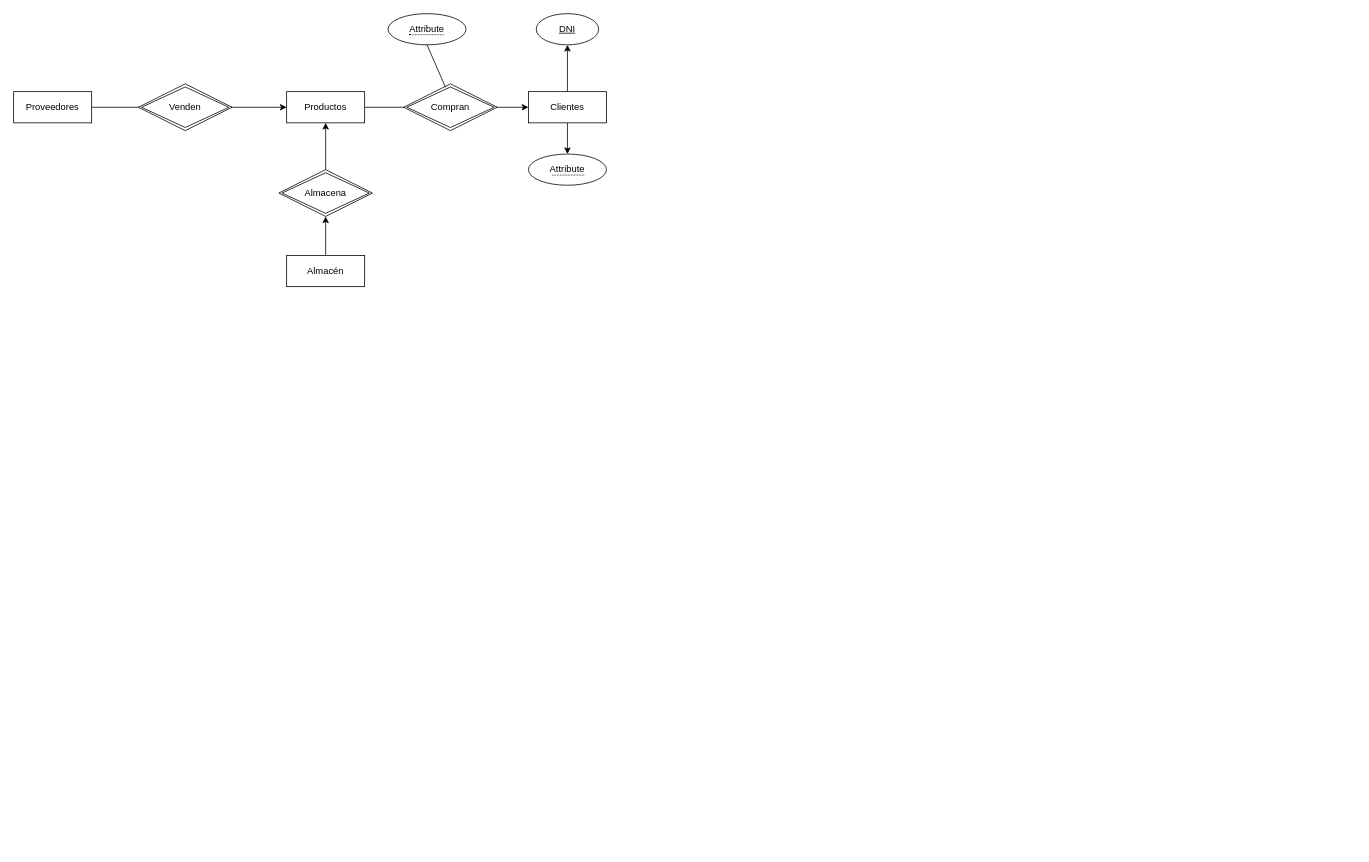
Earlier version of the draw.io diagram Untitled Diagram.drawio (huertin03/ERP-HardSpot). Source tidied: cells renumbered, new cells numbered last; positions are measured from the earlier drawing's top-left corner, leaving out a move shared by most shapes. Both pictures are drawn from the tidied source at 78%, with x=0, y=0 at pixel (13, 13).
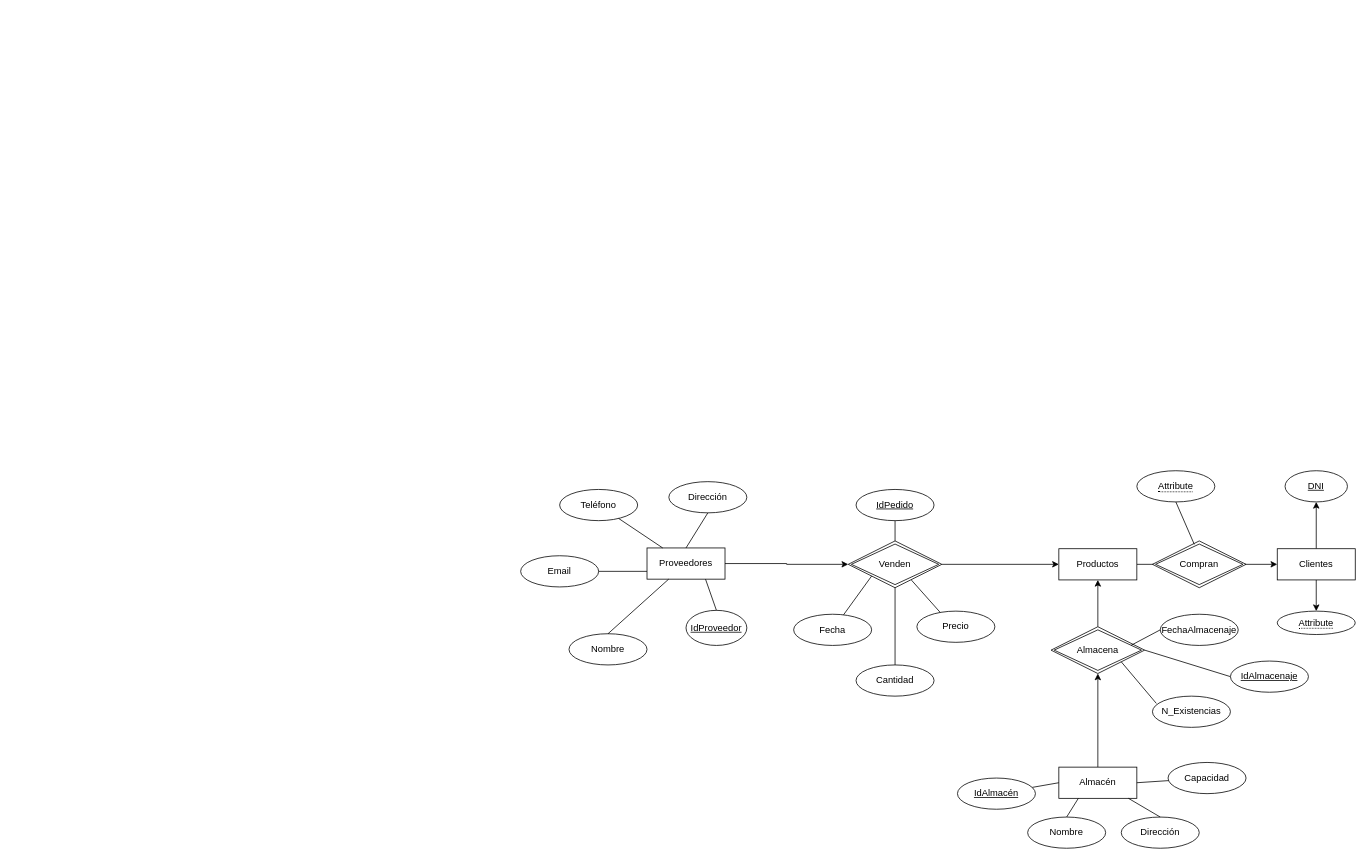
The same diagram, later.

Change to the diagram source:
```diff
@@
     <mxCell id="3" value="Productos" style="whiteSpace=wrap;html=1;align=center;" parent="1" vertex="1">
-      <mxGeometry x="350" y="100" width="100" height="40" as="geometry" />
+      <mxGeometry x="1340" y="686" width="100" height="40" as="geometry" />
     </mxCell>
@@
     <mxCell id="5" value="Almacén" style="whiteSpace=wrap;html=1;align=center;" parent="1" vertex="1">
-      <mxGeometry x="350" y="310" width="100" height="40" as="geometry" />
+      <mxGeometry x="1340" y="966" width="100" height="40" as="geometry" />
     </mxCell>
-    <mxCell id="6" style="edgeStyle=orthogonalEdgeStyle;rounded=0;jettySize=auto;html=1;" parent="1" edge="1" source="7" target="3">
+    <mxCell id="6" style="edgeStyle=orthogonalEdgeStyle;rounded=0;jettySize=auto;html=1;" parent="1" edge="1" source="12" target="3">
       <mxGeometry relative="1" as="geometry" />
     </mxCell>
     <mxCell id="7" value="Proveedores" style="whiteSpace=wrap;html=1;align=center;" parent="1" vertex="1">
-      <mxGeometry y="100" width="100" height="40" as="geometry" />
+      <mxGeometry x="812" y="685" width="100" height="40" as="geometry" />
     </mxCell>
@@
     <mxCell id="10" value="Clientes" style="whiteSpace=wrap;html=1;align=center;" parent="1" vertex="1">
-      <mxGeometry x="660" y="100" width="100" height="40" as="geometry" />
+      <mxGeometry x="1620" y="686" width="100" height="40" as="geometry" />
     </mxCell>
     <mxCell id="11" value="Compran" style="shape=rhombus;double=1;perimeter=rhombusPerimeter;whiteSpace=wrap;html=1;align=center;" parent="1" vertex="1">
-      <mxGeometry x="500" y="90" width="120" height="60" as="geometry" />
+      <mxGeometry x="1460" y="676" width="120" height="60" as="geometry" />
     </mxCell>
-    <mxCell id="12" value="Venden" style="shape=rhombus;double=1;perimeter=rhombusPerimeter;whiteSpace=wrap;html=1;align=center;" parent="1" vertex="1">
-      <mxGeometry x="160" y="90" width="120" height="60" as="geometry" />
-    </mxCell>
@@
     <mxCell id="14" value="Almacena" style="shape=rhombus;double=1;perimeter=rhombusPerimeter;whiteSpace=wrap;html=1;align=center;" parent="1" vertex="1">
-      <mxGeometry x="340" y="200" width="120" height="60" as="geometry" />
+      <mxGeometry x="1330" y="786" width="120" height="60" as="geometry" />
     </mxCell>
     <mxCell id="15" value="DNI" style="ellipse;whiteSpace=wrap;html=1;align=center;fontStyle=4;" parent="1" vertex="1">
-      <mxGeometry x="670" width="80" height="40" as="geometry" />
+      <mxGeometry x="1630" y="586" width="80" height="40" as="geometry" />
     </mxCell>
     <mxCell id="16" value="&lt;span style=&quot;border-bottom: 1px dotted&quot;&gt;Attribute&lt;/span&gt;" style="ellipse;whiteSpace=wrap;html=1;align=center;" parent="1" vertex="1">
-      <mxGeometry x="660" y="180" width="100" height="40" as="geometry" />
+      <mxGeometry x="1620" y="766" width="100" height="30" as="geometry" />
     </mxCell>
     <mxCell id="17" value="&lt;span style=&quot;border-bottom: 1px dotted&quot;&gt;Attribute&lt;/span&gt;" style="ellipse;whiteSpace=wrap;html=1;align=center;" parent="1" vertex="1">
-      <mxGeometry x="480" width="100" height="40" as="geometry" />
+      <mxGeometry x="1440" y="586" width="100" height="40" as="geometry" />
     </mxCell>
@@
+    <mxCell id="19" value="IdProveedor" style="ellipse;whiteSpace=wrap;html=1;align=center;fontStyle=4;" parent="1" vertex="1">
+      <mxGeometry x="862" y="765" width="78" height="45" as="geometry" />
+    </mxCell>
+    <mxCell id="20" style="endArrow=none;html=1;rounded=0;exitX=0.75;exitY=1;exitDx=0;exitDy=0;entryX=0.5;entryY=0;entryDx=0;entryDy=0;" parent="1" edge="1" source="7" target="19">
+      <mxGeometry relative="1" as="geometry" />
+    </mxCell>
+    <mxCell id="21" value="Nombre" style="ellipse;whiteSpace=wrap;html=1;align=center;" parent="1" vertex="1">
+      <mxGeometry x="712" y="795" width="100" height="40" as="geometry" />
+    </mxCell>
+    <mxCell id="22" style="endArrow=none;html=1;rounded=0;entryX=0.5;entryY=0;entryDx=0;entryDy=0;" parent="1" edge="1" source="7" target="21">
+      <mxGeometry relative="1" as="geometry" />
+    </mxCell>
+    <mxCell id="23" value="Email" style="ellipse;whiteSpace=wrap;html=1;align=center;" parent="1" vertex="1">
+      <mxGeometry x="650" y="695" width="100" height="40" as="geometry" />
+    </mxCell>
+    <mxCell id="24" style="endArrow=none;html=1;rounded=0;exitX=1;exitY=0.5;exitDx=0;exitDy=0;entryX=0;entryY=0.75;entryDx=0;entryDy=0;" parent="1" edge="1" source="23" target="7">
+      <mxGeometry relative="1" as="geometry" />
+    </mxCell>
+    <mxCell id="25" value="Teléfono" style="ellipse;whiteSpace=wrap;html=1;align=center;" parent="1" vertex="1">
+      <mxGeometry x="700" y="610" width="100" height="40" as="geometry" />
+    </mxCell>
+    <mxCell id="26" style="endArrow=none;html=1;rounded=0;" parent="1" edge="1" source="25" target="7">
+      <mxGeometry relative="1" as="geometry" />
+    </mxCell>
+    <mxCell id="27" value="Dirección" style="ellipse;whiteSpace=wrap;html=1;align=center;" parent="1" vertex="1">
+      <mxGeometry x="840" y="600" width="100" height="40" as="geometry" />
+    </mxCell>
+    <mxCell id="28" style="endArrow=none;html=1;rounded=0;exitX=0.5;exitY=1;exitDx=0;exitDy=0;entryX=0.5;entryY=0;entryDx=0;entryDy=0;" parent="1" edge="1" source="27" target="7">
+      <mxGeometry relative="1" as="geometry" />
+    </mxCell>
+    <mxCell id="29" style="edgeStyle=orthogonalEdgeStyle;rounded=0;jettySize=auto;html=1;" parent="1" edge="1" source="7" target="12">
+      <mxGeometry relative="1" as="geometry" />
+    </mxCell>
+    <mxCell id="12" value="Venden" style="shape=rhombus;double=1;perimeter=rhombusPerimeter;whiteSpace=wrap;html=1;align=center;" parent="1" vertex="1">
+      <mxGeometry x="1070" y="676" width="120" height="60" as="geometry" />
+    </mxCell>
+    <mxCell id="30" value="Fecha" style="ellipse;whiteSpace=wrap;html=1;align=center;" parent="1" vertex="1">
+      <mxGeometry x="1000" y="770" width="100" height="40" as="geometry" />
+    </mxCell>
+    <mxCell id="31" style="endArrow=none;html=1;rounded=0;exitX=0;exitY=1;exitDx=0;exitDy=0;" parent="1" edge="1" source="12" target="30">
+      <mxGeometry relative="1" as="geometry" />
+    </mxCell>
+    <mxCell id="32" style="endArrow=none;html=1;rounded=0;exitX=0.5;exitY=1;exitDx=0;exitDy=0;" parent="1" edge="1" source="12" target="33">
+      <mxGeometry relative="1" as="geometry" />
+    </mxCell>
+    <mxCell id="33" value="Cantidad" style="ellipse;whiteSpace=wrap;html=1;align=center;" parent="1" vertex="1">
+      <mxGeometry x="1080" y="835" width="100" height="40" as="geometry" />
+    </mxCell>
+    <mxCell id="34" style="endArrow=none;html=1;rounded=0;exitX=0.675;exitY=0.837;exitDx=0;exitDy=0;exitPerimeter=0;" parent="1" edge="1" source="12">
+      <mxGeometry relative="1" as="geometry">
+        <mxPoint x="1190" y="770" as="targetPoint" />
+      </mxGeometry>
+    </mxCell>
+    <mxCell id="35" value="Precio" style="ellipse;whiteSpace=wrap;html=1;align=center;" parent="1" vertex="1">
+      <mxGeometry x="1158" y="766" width="100" height="40" as="geometry" />
+    </mxCell>
+    <mxCell id="36" style="endArrow=none;html=1;rounded=0;entryX=0;entryY=0.5;entryDx=0;entryDy=0;" parent="1" edge="1" source="39" target="5">
+      <mxGeometry relative="1" as="geometry" />
+    </mxCell>
+    <mxCell id="37" style="endArrow=none;html=1;rounded=0;entryX=0.5;entryY=0;entryDx=0;entryDy=0;exitX=0.5;exitY=1;exitDx=0;exitDy=0;" parent="1" edge="1" source="38" target="12">
+      <mxGeometry relative="1" as="geometry" />
+    </mxCell>
+    <mxCell id="38" value="IdPedido" style="ellipse;whiteSpace=wrap;html=1;align=center;fontStyle=4;" parent="1" vertex="1">
+      <mxGeometry x="1080" y="610" width="100" height="40" as="geometry" />
+    </mxCell>
+    <mxCell id="39" value="IdAlmacén" style="ellipse;whiteSpace=wrap;html=1;align=center;fontStyle=4;" parent="1" vertex="1">
+      <mxGeometry x="1210" y="980" width="100" height="40" as="geometry" />
+    </mxCell>
+    <mxCell id="40" value="Nombre" style="ellipse;whiteSpace=wrap;html=1;align=center;" parent="1" vertex="1">
+      <mxGeometry x="1300" y="1030" width="100" height="40" as="geometry" />
+    </mxCell>
+    <mxCell id="41" style="endArrow=none;html=1;rounded=0;entryX=0.5;entryY=0;entryDx=0;entryDy=0;exitX=0.25;exitY=1;exitDx=0;exitDy=0;" parent="1" edge="1" source="5" target="40">
+      <mxGeometry relative="1" as="geometry" />
+    </mxCell>
+    <mxCell id="42" value="Dirección" style="ellipse;whiteSpace=wrap;html=1;align=center;" parent="1" vertex="1">
+      <mxGeometry x="1420" y="1030" width="100" height="40" as="geometry" />
+    </mxCell>
+    <mxCell id="43" style="endArrow=none;html=1;rounded=0;entryX=0.5;entryY=0;entryDx=0;entryDy=0;exitX=0.892;exitY=1;exitDx=0;exitDy=0;exitPerimeter=0;" parent="1" edge="1" source="5" target="42">
+      <mxGeometry relative="1" as="geometry" />
+    </mxCell>
+    <mxCell id="44" value="Capacidad" style="ellipse;whiteSpace=wrap;html=1;align=center;" parent="1" vertex="1">
+      <mxGeometry x="1480" y="960" width="100" height="40" as="geometry" />
+    </mxCell>
+    <mxCell id="45" style="endArrow=none;html=1;rounded=0;exitX=1;exitY=0.5;exitDx=0;exitDy=0;" parent="1" edge="1" source="5" target="44">
+      <mxGeometry relative="1" as="geometry" />
+    </mxCell>
+    <mxCell id="46" style="endArrow=none;html=1;rounded=0;entryX=1;entryY=1;entryDx=0;entryDy=0;exitX=0.05;exitY=0.233;exitDx=0;exitDy=0;exitPerimeter=0;" parent="1" edge="1" source="47" target="14">
+      <mxGeometry relative="1" as="geometry" />
+    </mxCell>
+    <mxCell id="47" value="N_Existencias" style="ellipse;whiteSpace=wrap;html=1;align=center;" parent="1" vertex="1">
+      <mxGeometry x="1460" y="875" width="100" height="40" as="geometry" />
+    </mxCell>
+    <mxCell id="48" style="endArrow=none;html=1;rounded=0;exitX=0.856;exitY=0.396;exitDx=0;exitDy=0;exitPerimeter=0;entryX=0;entryY=0.5;entryDx=0;entryDy=0;" parent="1" edge="1" source="14" target="49">
+      <mxGeometry relative="1" as="geometry" />
+    </mxCell>
+    <mxCell id="49" value="FechaAlmacenaje" style="ellipse;whiteSpace=wrap;html=1;align=center;" parent="1" vertex="1">
+      <mxGeometry x="1470" y="770" width="100" height="40" as="geometry" />
+    </mxCell>
+    <mxCell id="50" style="endArrow=none;html=1;rounded=0;entryX=1;entryY=0.5;entryDx=0;entryDy=0;exitX=0;exitY=0.5;exitDx=0;exitDy=0;" parent="1" edge="1" source="51" target="14">
+      <mxGeometry relative="1" as="geometry" />
+    </mxCell>
+    <mxCell id="51" value="IdAlmacenaje" style="ellipse;whiteSpace=wrap;html=1;align=center;fontStyle=4;" parent="1" vertex="1">
+      <mxGeometry x="1560" y="830" width="100" height="40" as="geometry" />
+    </mxCell>
```
